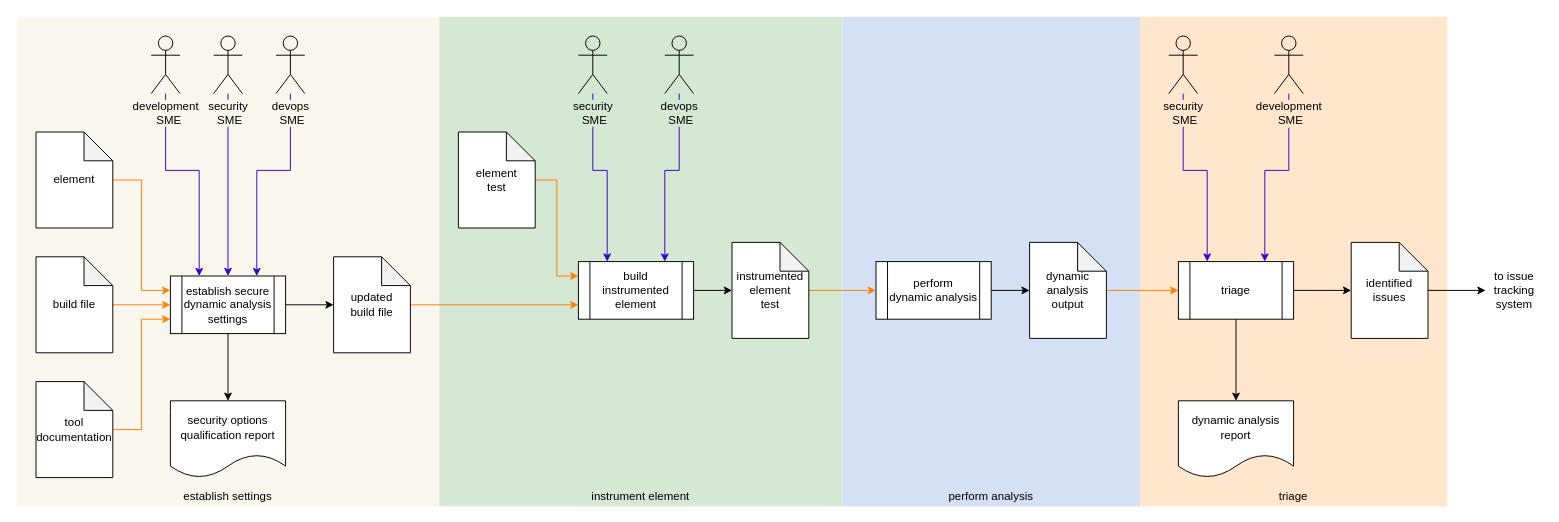
Before: source/reference_documents/secondary_documents/implementation phase/Dynamic Analysis Report/images/source/dynamic analysis workflow.drawio in AVCDL/AVCDL, a draw.io diagram. Source tidied: cells renumbered, new cells numbered last; positions are measured from the earlier drawing's top-left corner, leaving out a move shared by most shapes. Both pictures are drawn from the tidied source at 96%, with x=0, y=0 at pixel (16, 16).
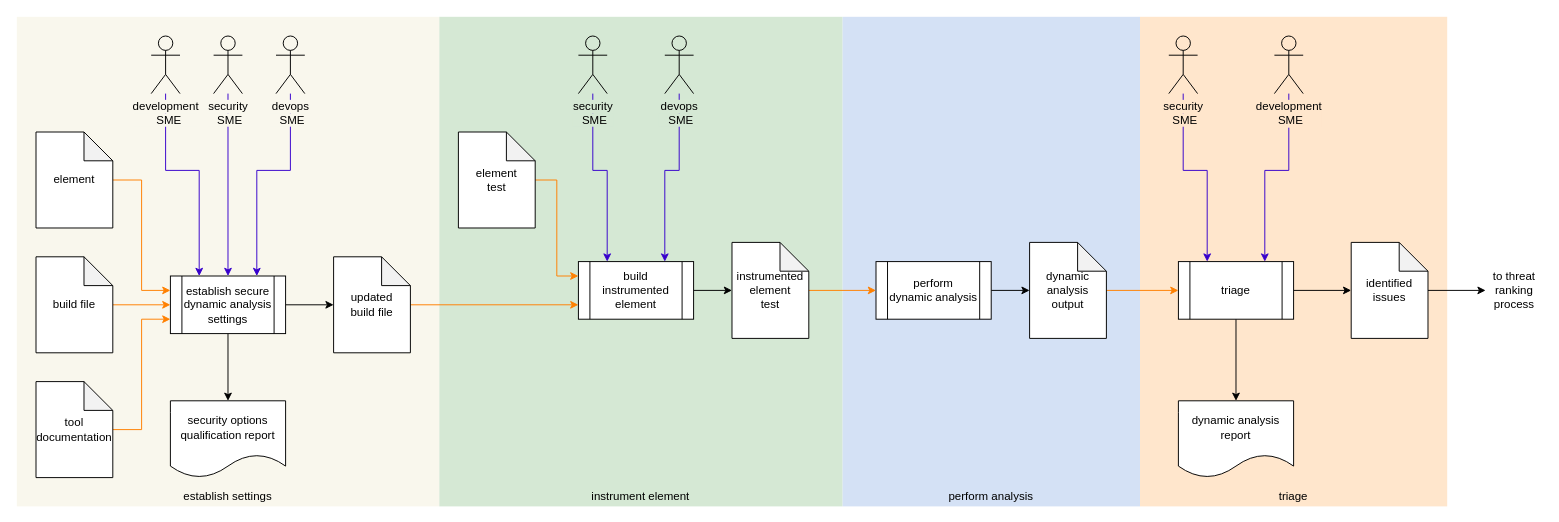
After the change.

Commit message (it also covers changes not shown here):
Updated the Dynamic Analysis Report secondary document (issues go to threat prioritization process rathe than directly to the issue tracking system)

Diff of the diagram source:
```diff
@@
-    <mxCell id="34" value="to issue tracking system" style="text;html=1;strokeColor=none;fillColor=none;align=center;verticalAlign=middle;whiteSpace=wrap;rounded=0;" parent="1" vertex="1">
+    <mxCell id="34" value="to threat ranking process" style="text;html=1;strokeColor=none;fillColor=none;align=center;verticalAlign=middle;whiteSpace=wrap;rounded=0;" parent="1" vertex="1">
       <mxGeometry x="1530" y="265" width="60" height="40" as="geometry" />
     </mxCell>
```
